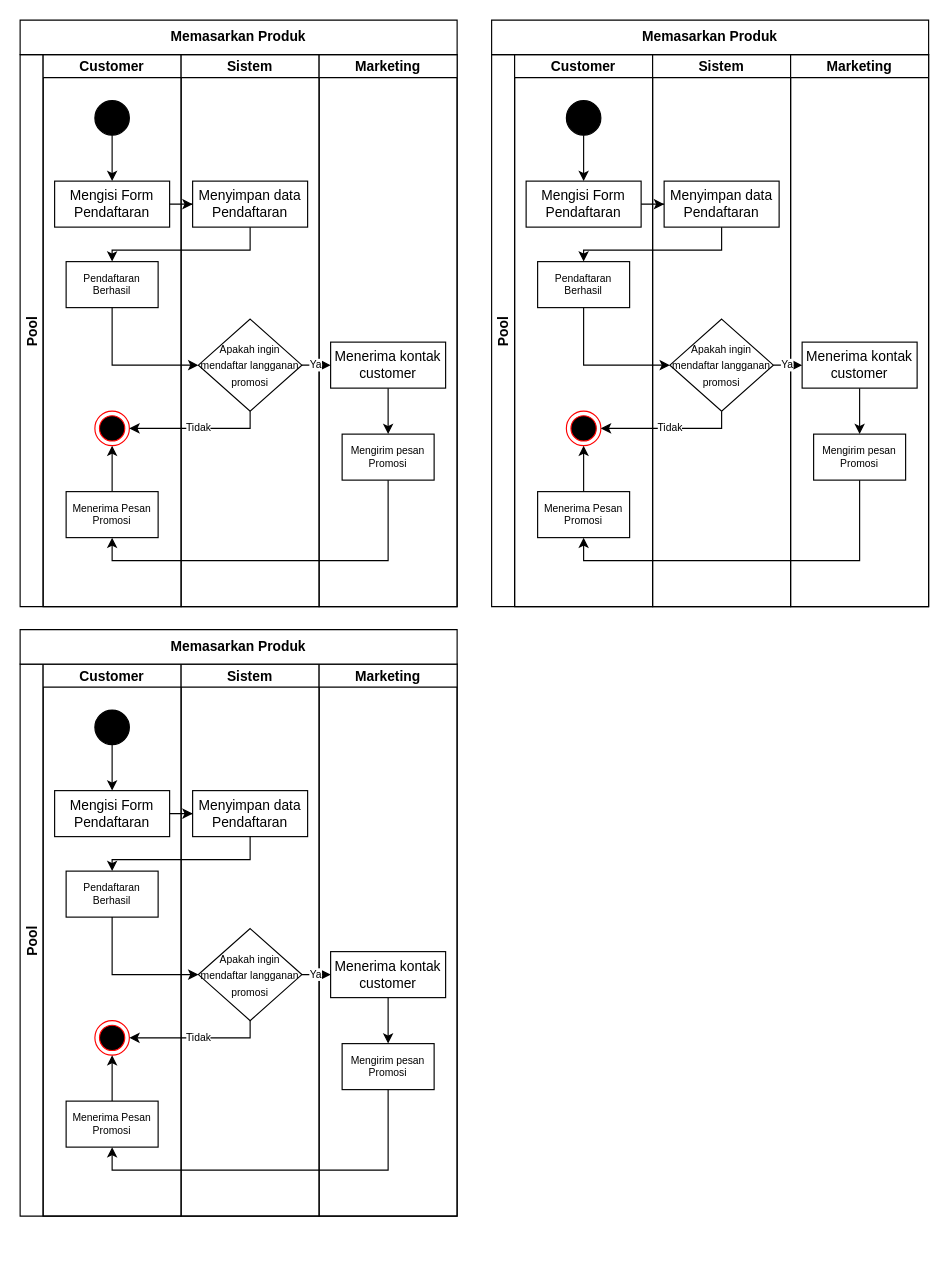
Above: activity diagram.drawio in farrasrayhand/Tugas-Kuliah (draw.io), before the change. Source tidied: cells renumbered, new cells numbered last; positions are measured from the earlier drawing's top-left corner, leaving out a move shared by most shapes. Both pictures are drawn from the tidied source at 115%, with x=0, y=0 at pixel (20, 20).
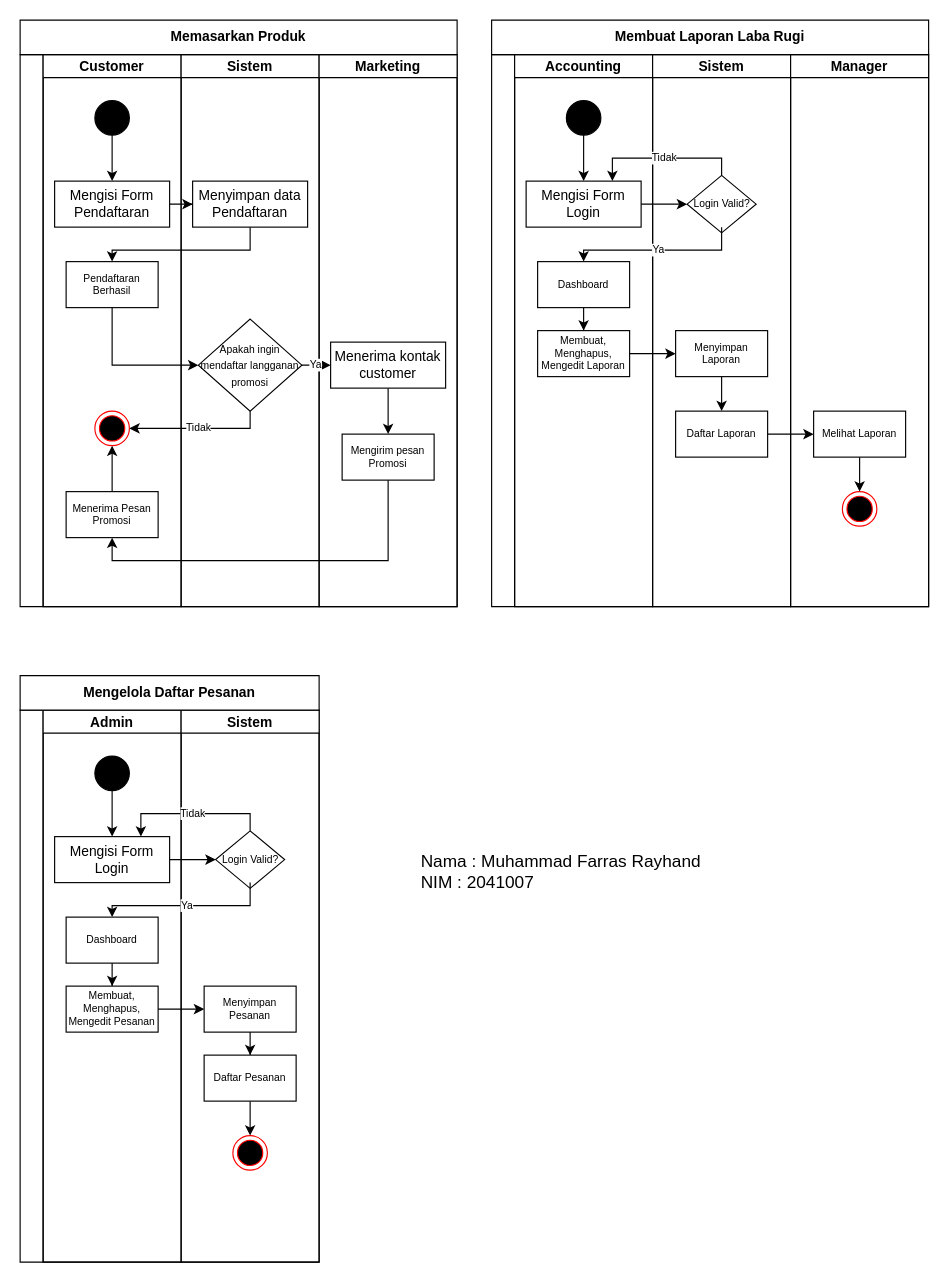
Above is the later version.

Unchanged cells that the change refers to:
```xml
<mxCell id="50" style="shape=partialRectangle;fillColor=none;top=0;left=0;bottom=0;right=0;" parent="49" vertex="1">
  <mxGeometry width="380" height="30" as="geometry" />
</mxCell>
```

The edit, as a diff of the source:
```diff
@@
-    <mxCell id="2" value="Pool" style="swimlane;startSize=20;horizontal=0;" parent="1" vertex="1">
+    <mxCell id="2" style="swimlane;startSize=20;horizontal=0;" parent="1" vertex="1">
       <mxGeometry y="30" width="380" height="480" as="geometry" />
     </mxCell>
@@
-    <mxCell id="27" value="Pool" style="swimlane;startSize=20;horizontal=0;" parent="1" vertex="1">
+    <mxCell id="27" style="swimlane;startSize=20;horizontal=0;" parent="1" vertex="1">
       <mxGeometry x="410" y="30" width="380" height="480" as="geometry" />
     </mxCell>
-    <mxCell id="28" value="Customer" style="swimlane;startSize=20;" parent="27" vertex="1">
+    <mxCell id="28" value="Accounting" style="swimlane;startSize=20;" parent="27" vertex="1">
       <mxGeometry x="20" width="120" height="480" as="geometry" />
     </mxCell>
@@
-    <mxCell id="31" value="Mengisi Form Pendaftaran" style="rounded=0;whiteSpace=wrap;html=1;fillColor=#FFFFFF;" parent="28" vertex="1">
+    <mxCell id="31" value="Mengisi Form Login" style="rounded=0;whiteSpace=wrap;html=1;fillColor=#FFFFFF;" parent="28" vertex="1">
       <mxGeometry x="10" y="110" width="100" height="40" as="geometry" />
     </mxCell>
+    <mxCell id="77" style="edgeStyle=orthogonalEdgeStyle;rounded=0;jettySize=auto;html=1;entryX=0.5;entryY=0;entryDx=0;entryDy=0;fontSize=9;" parent="28" edge="1" source="32" target="78">
+      <mxGeometry relative="1" as="geometry" />
+    </mxCell>
-    <mxCell id="32" value="Pendaftaran Berhasil" style="rounded=0;whiteSpace=wrap;html=1;fontSize=9;fillColor=#FFFFFF;" parent="28" vertex="1">
+    <mxCell id="32" value="Dashboard" style="rounded=0;whiteSpace=wrap;html=1;fontSize=9;fillColor=#FFFFFF;" parent="28" vertex="1">
       <mxGeometry x="20" y="180" width="80" height="40" as="geometry" />
     </mxCell>
+    <mxCell id="78" value="Membuat, Menghapus, Mengedit Laporan" style="rounded=0;whiteSpace=wrap;html=1;fontSize=9;fillColor=#FFFFFF;" parent="28" vertex="1">
+      <mxGeometry x="20" y="240" width="80" height="40" as="geometry" />
+    </mxCell>
+    <mxCell id="36" value="Sistem" style="swimlane;startSize=20;" parent="27" vertex="1">
+      <mxGeometry x="140" width="120" height="480" as="geometry" />
+    </mxCell>
+    <mxCell id="79" value="Login Valid?" style="shape=rhombus;html=1;dashed=0;whitespace=wrap;perimeter=rhombusPerimeter;fontSize=9;fillColor=#FFFFFF;" parent="36" vertex="1">
+      <mxGeometry x="30" y="105" width="60" height="50" as="geometry" />
+    </mxCell>
+    <mxCell id="80" style="edgeStyle=orthogonalEdgeStyle;rounded=0;jettySize=auto;html=1;entryX=0.5;entryY=0;entryDx=0;entryDy=0;fontSize=9;" parent="36" edge="1" source="81" target="82">
+      <mxGeometry relative="1" as="geometry" />
+    </mxCell>
+    <mxCell id="81" value="Menyimpan Laporan" style="rounded=0;whiteSpace=wrap;html=1;fontSize=9;fillColor=#FFFFFF;" parent="36" vertex="1">
+      <mxGeometry x="20" y="240" width="80" height="40" as="geometry" />
+    </mxCell>
+    <mxCell id="82" value="Daftar Laporan" style="rounded=0;whiteSpace=wrap;html=1;fontSize=9;fillColor=#FFFFFF;" parent="36" vertex="1">
+      <mxGeometry x="20" y="310" width="80" height="40" as="geometry" />
+    </mxCell>
+    <mxCell id="83" value="Manager" style="swimlane;startSize=20;" parent="27" vertex="1">
+      <mxGeometry x="260" width="120" height="480" as="geometry" />
+    </mxCell>
-    <mxCell id="33" style="ellipse;html=1;shape=endState;fillColor=#000000;strokeColor=#ff0000;fontSize=9;" parent="28" vertex="1">
-      <mxGeometry x="45" y="310" width="30" height="30" as="geometry" />
+    <mxCell id="33" style="ellipse;html=1;shape=endState;fillColor=#000000;strokeColor=#ff0000;fontSize=9;" parent="83" vertex="1">
+      <mxGeometry x="45" y="380" width="30" height="30" as="geometry" />
     </mxCell>
-    <mxCell id="34" style="edgeStyle=orthogonalEdgeStyle;rounded=0;jettySize=auto;html=1;entryX=0.5;entryY=1;entryDx=0;entryDy=0;fontSize=9;" parent="28" edge="1" source="35" target="33">
-      <mxGeometry relative="1" as="geometry" />
-    </mxCell>
-    <mxCell id="35" value="Menerima Pesan Promosi" style="rounded=0;whiteSpace=wrap;html=1;fontSize=9;fillColor=#FFFFFF;" parent="28" vertex="1">
-      <mxGeometry x="20" y="380" width="80" height="40" as="geometry" />
-    </mxCell>
-    <mxCell id="36" value="Sistem" style="swimlane;startSize=20;" parent="27" vertex="1">
-      <mxGeometry x="140" width="120" height="480" as="geometry" />
-    </mxCell>
-    <mxCell id="37" value="Menyimpan data Pendaftaran" style="rounded=0;whiteSpace=wrap;html=1;fillColor=#FFFFFF;" parent="36" vertex="1">
-      <mxGeometry x="10" y="110" width="100" height="40" as="geometry" />
-    </mxCell>
-    <mxCell id="38" value="&lt;font style=&quot;font-size: 9px&quot;&gt;Apakah ingin mendaftar langganan promosi&lt;/font&gt;" style="rhombus;whiteSpace=wrap;html=1;fillColor=#FFFFFF;" parent="36" vertex="1">
-      <mxGeometry x="15" y="230" width="90" height="80" as="geometry" />
-    </mxCell>
-    <mxCell id="39" value="Marketing" style="swimlane;startSize=20;" parent="27" vertex="1">
-      <mxGeometry x="260" width="120" height="480" as="geometry" />
-    </mxCell>
-    <mxCell id="40" style="edgeStyle=orthogonalEdgeStyle;rounded=0;jettySize=auto;html=1;entryX=0.5;entryY=0;entryDx=0;entryDy=0;fontSize=9;" parent="39" edge="1" source="41" target="42">
-      <mxGeometry relative="1" as="geometry" />
-    </mxCell>
-    <mxCell id="41" value="Menerima kontak customer" style="rounded=0;whiteSpace=wrap;html=1;fillColor=#FFFFFF;" parent="39" vertex="1">
-      <mxGeometry x="10" y="250" width="100" height="40" as="geometry" />
-    </mxCell>
-    <mxCell id="42" value="Mengirim pesan Promosi" style="rounded=0;whiteSpace=wrap;html=1;fontSize=9;fillColor=#FFFFFF;" parent="39" vertex="1">
-      <mxGeometry x="20" y="330" width="80" height="40" as="geometry" />
-    </mxCell>
+    <mxCell id="84" style="edgeStyle=orthogonalEdgeStyle;rounded=0;jettySize=auto;html=1;entryX=0.5;entryY=0;entryDx=0;entryDy=0;fontSize=9;" parent="83" edge="1" source="85" target="33">
+      <mxGeometry relative="1" as="geometry" />
+    </mxCell>
+    <mxCell id="85" value="Melihat Laporan" style="rounded=0;whiteSpace=wrap;html=1;fontSize=9;fillColor=#FFFFFF;" parent="83" vertex="1">
+      <mxGeometry x="20" y="310" width="80" height="40" as="geometry" />
+    </mxCell>
-    <mxCell id="43" style="edgeStyle=orthogonalEdgeStyle;rounded=0;jettySize=auto;html=1;entryX=0;entryY=0.5;entryDx=0;entryDy=0;" parent="27" edge="1" source="31" target="37">
+    <mxCell id="43" style="edgeStyle=orthogonalEdgeStyle;rounded=0;jettySize=auto;html=1;entryX=0;entryY=0.5;entryDx=0;entryDy=0;" parent="27" edge="1" source="31" target="79">
       <mxGeometry relative="1" as="geometry" />
     </mxCell>
-    <mxCell id="44" value="Ya" style="edgeStyle=orthogonalEdgeStyle;rounded=0;jettySize=auto;html=1;fontSize=9;" parent="27" edge="1" source="38" target="41">
-      <mxGeometry relative="1" as="geometry" />
-    </mxCell>
-    <mxCell id="45" style="edgeStyle=orthogonalEdgeStyle;rounded=0;jettySize=auto;html=1;entryX=0.5;entryY=0;entryDx=0;entryDy=0;fontSize=9;" parent="27" edge="1" source="37" target="32">
+    <mxCell id="45" value="Ya" style="edgeStyle=orthogonalEdgeStyle;rounded=0;jettySize=auto;html=1;entryX=0.5;entryY=0;entryDx=0;entryDy=0;fontSize=9;" parent="27" edge="1" target="32">
       <mxGeometry relative="1" as="geometry">
+        <mxPoint x="200" y="150" as="sourcePoint" />
         <Array as="points">
           <mxPoint x="200" y="170" />
           <mxPoint x="80" y="170" />
         </Array>
       </mxGeometry>
     </mxCell>
-    <mxCell id="46" style="edgeStyle=orthogonalEdgeStyle;rounded=0;jettySize=auto;html=1;entryX=0;entryY=0.5;entryDx=0;entryDy=0;fontSize=9;" parent="27" edge="1" source="32" target="38">
-      <mxGeometry relative="1" as="geometry">
-        <Array as="points">
-          <mxPoint x="80" y="270" />
-        </Array>
-      </mxGeometry>
-    </mxCell>
-    <mxCell id="47" value="Tidak" style="edgeStyle=orthogonalEdgeStyle;rounded=0;jettySize=auto;html=1;entryX=1;entryY=0.5;entryDx=0;entryDy=0;fontSize=9;" parent="27" edge="1" source="38" target="33">
-      <mxGeometry relative="1" as="geometry">
-        <Array as="points">
-          <mxPoint x="200" y="325" />
-        </Array>
-      </mxGeometry>
-    </mxCell>
-    <mxCell id="48" style="edgeStyle=orthogonalEdgeStyle;rounded=0;jettySize=auto;html=1;fontSize=9;entryX=0.5;entryY=1;entryDx=0;entryDy=0;" parent="27" edge="1" source="42" target="35">
-      <mxGeometry relative="1" as="geometry">
-        <Array as="points">
-          <mxPoint x="320" y="440" />
-          <mxPoint x="80" y="440" />
-        </Array>
-      </mxGeometry>
-    </mxCell>
+    <mxCell id="86" value="Tidak" style="edgeStyle=orthogonalEdgeStyle;rounded=0;jettySize=auto;html=1;entryX=0.75;entryY=0;entryDx=0;entryDy=0;fontSize=9;" parent="27" edge="1" source="79" target="31">
+      <mxGeometry relative="1" as="geometry">
+        <Array as="points">
+          <mxPoint x="200" y="90" />
+          <mxPoint x="105" y="90" />
+        </Array>
+      </mxGeometry>
+    </mxCell>
+    <mxCell id="87" style="edgeStyle=orthogonalEdgeStyle;rounded=0;jettySize=auto;html=1;entryX=0;entryY=0.5;entryDx=0;entryDy=0;fontSize=9;" parent="27" edge="1" source="78" target="81">
+      <mxGeometry relative="1" as="geometry" />
+    </mxCell>
+    <mxCell id="88" style="edgeStyle=orthogonalEdgeStyle;rounded=0;jettySize=auto;html=1;entryX=0;entryY=0.5;entryDx=0;entryDy=0;fontSize=9;" parent="27" edge="1" source="82" target="85">
+      <mxGeometry relative="1" as="geometry" />
+    </mxCell>
@@
-    <mxCell id="51" value="&lt;b&gt;Memasarkan Produk&lt;/b&gt;" style="shape=partialRectangle;html=1;whiteSpace=wrap;overflow=hidden;fillColor=none;top=0;left=0;bottom=0;right=0;" parent="50" vertex="1">
+    <mxCell id="51" value="&lt;b&gt;Membuat Laporan Laba Rugi&lt;/b&gt;" style="shape=partialRectangle;html=1;whiteSpace=wrap;overflow=hidden;fillColor=none;top=0;left=0;bottom=0;right=0;" parent="50" vertex="1">
       <mxGeometry width="380" height="30" as="geometry" />
     </mxCell>
-    <mxCell id="52" value="Pool" style="swimlane;startSize=20;horizontal=0;" parent="1" vertex="1">
-      <mxGeometry y="560" width="380" height="480" as="geometry" />
-    </mxCell>
-    <mxCell id="53" value="Customer" style="swimlane;startSize=20;" parent="52" vertex="1">
-      <mxGeometry x="20" width="120" height="480" as="geometry" />
-    </mxCell>
-    <mxCell id="54" style="edgeStyle=orthogonalEdgeStyle;rounded=0;jettySize=auto;html=1;entryX=0.5;entryY=0;entryDx=0;entryDy=0;" parent="53" edge="1" source="55" target="56">
-      <mxGeometry relative="1" as="geometry" />
-    </mxCell>
+    <mxCell id="89" style="swimlane;startSize=20;horizontal=0;" parent="1" vertex="1">
+      <mxGeometry y="600" width="260" height="480" as="geometry" />
+    </mxCell>
+    <mxCell id="90" value="Admin" style="swimlane;startSize=20;" parent="89" vertex="1">
+      <mxGeometry x="20" width="120" height="480" as="geometry" />
+    </mxCell>
+    <mxCell id="91" style="edgeStyle=orthogonalEdgeStyle;rounded=0;jettySize=auto;html=1;entryX=0.5;entryY=0;entryDx=0;entryDy=0;" parent="90" edge="1" source="55" target="92">
+      <mxGeometry relative="1" as="geometry" />
+    </mxCell>
-    <mxCell id="55" style="ellipse;whiteSpace=wrap;html=1;fillColor=#000000;" parent="53" vertex="1">
+    <mxCell id="55" style="ellipse;whiteSpace=wrap;html=1;fillColor=#000000;" parent="90" vertex="1">
       <mxGeometry x="45" y="40" width="30" height="30" as="geometry" />
     </mxCell>
-    <mxCell id="56" value="Mengisi Form Pendaftaran" style="rounded=0;whiteSpace=wrap;html=1;fillColor=#FFFFFF;" parent="53" vertex="1">
-      <mxGeometry x="10" y="110" width="100" height="40" as="geometry" />
-    </mxCell>
-    <mxCell id="57" value="Pendaftaran Berhasil" style="rounded=0;whiteSpace=wrap;html=1;fontSize=9;fillColor=#FFFFFF;" parent="53" vertex="1">
-      <mxGeometry x="20" y="180" width="80" height="40" as="geometry" />
-    </mxCell>
-    <mxCell id="58" style="ellipse;html=1;shape=endState;fillColor=#000000;strokeColor=#ff0000;fontSize=9;" parent="53" vertex="1">
-      <mxGeometry x="45" y="310" width="30" height="30" as="geometry" />
-    </mxCell>
-    <mxCell id="59" style="edgeStyle=orthogonalEdgeStyle;rounded=0;jettySize=auto;html=1;entryX=0.5;entryY=1;entryDx=0;entryDy=0;fontSize=9;" parent="53" edge="1" source="60" target="58">
-      <mxGeometry relative="1" as="geometry" />
-    </mxCell>
-    <mxCell id="60" value="Menerima Pesan Promosi" style="rounded=0;whiteSpace=wrap;html=1;fontSize=9;fillColor=#FFFFFF;" parent="53" vertex="1">
-      <mxGeometry x="20" y="380" width="80" height="40" as="geometry" />
-    </mxCell>
+    <mxCell id="92" value="Mengisi Form Login" style="rounded=0;whiteSpace=wrap;html=1;fillColor=#FFFFFF;" parent="90" vertex="1">
+      <mxGeometry x="10" y="110" width="100" height="40" as="geometry" />
+    </mxCell>
+    <mxCell id="93" style="edgeStyle=orthogonalEdgeStyle;rounded=0;jettySize=auto;html=1;entryX=0.5;entryY=0;entryDx=0;entryDy=0;fontSize=9;" parent="90" edge="1" source="94" target="95">
+      <mxGeometry relative="1" as="geometry" />
+    </mxCell>
+    <mxCell id="94" value="Dashboard" style="rounded=0;whiteSpace=wrap;html=1;fontSize=9;fillColor=#FFFFFF;" parent="90" vertex="1">
+      <mxGeometry x="20" y="180" width="80" height="40" as="geometry" />
+    </mxCell>
+    <mxCell id="95" value="Membuat, Menghapus, Mengedit Pesanan" style="rounded=0;whiteSpace=wrap;html=1;fontSize=9;fillColor=#FFFFFF;" parent="90" vertex="1">
+      <mxGeometry x="20" y="240" width="80" height="40" as="geometry" />
+    </mxCell>
-    <mxCell id="61" value="Sistem" style="swimlane;startSize=20;" parent="52" vertex="1">
+    <mxCell id="61" value="Sistem" style="swimlane;startSize=20;" parent="89" vertex="1">
       <mxGeometry x="140" width="120" height="480" as="geometry" />
     </mxCell>
-    <mxCell id="62" value="Menyimpan data Pendaftaran" style="rounded=0;whiteSpace=wrap;html=1;fillColor=#FFFFFF;" parent="61" vertex="1">
-      <mxGeometry x="10" y="110" width="100" height="40" as="geometry" />
-    </mxCell>
-    <mxCell id="63" value="&lt;font style=&quot;font-size: 9px&quot;&gt;Apakah ingin mendaftar langganan promosi&lt;/font&gt;" style="rhombus;whiteSpace=wrap;html=1;fillColor=#FFFFFF;" parent="61" vertex="1">
-      <mxGeometry x="15" y="230" width="90" height="80" as="geometry" />
-    </mxCell>
-    <mxCell id="64" value="Marketing" style="swimlane;startSize=20;" parent="52" vertex="1">
-      <mxGeometry x="260" width="120" height="480" as="geometry" />
-    </mxCell>
-    <mxCell id="65" style="edgeStyle=orthogonalEdgeStyle;rounded=0;jettySize=auto;html=1;entryX=0.5;entryY=0;entryDx=0;entryDy=0;fontSize=9;" parent="64" edge="1" source="66" target="67">
-      <mxGeometry relative="1" as="geometry" />
-    </mxCell>
-    <mxCell id="66" value="Menerima kontak customer" style="rounded=0;whiteSpace=wrap;html=1;fillColor=#FFFFFF;" parent="64" vertex="1">
-      <mxGeometry x="10" y="250" width="100" height="40" as="geometry" />
-    </mxCell>
-    <mxCell id="67" value="Mengirim pesan Promosi" style="rounded=0;whiteSpace=wrap;html=1;fontSize=9;fillColor=#FFFFFF;" parent="64" vertex="1">
-      <mxGeometry x="20" y="330" width="80" height="40" as="geometry" />
-    </mxCell>
-    <mxCell id="68" style="edgeStyle=orthogonalEdgeStyle;rounded=0;jettySize=auto;html=1;entryX=0;entryY=0.5;entryDx=0;entryDy=0;" parent="52" edge="1" source="56" target="62">
-      <mxGeometry relative="1" as="geometry" />
-    </mxCell>
-    <mxCell id="69" value="Ya" style="edgeStyle=orthogonalEdgeStyle;rounded=0;jettySize=auto;html=1;fontSize=9;" parent="52" edge="1" source="63" target="66">
-      <mxGeometry relative="1" as="geometry" />
-    </mxCell>
-    <mxCell id="70" style="edgeStyle=orthogonalEdgeStyle;rounded=0;jettySize=auto;html=1;entryX=0.5;entryY=0;entryDx=0;entryDy=0;fontSize=9;" parent="52" edge="1" source="62" target="57">
-      <mxGeometry relative="1" as="geometry">
-        <Array as="points">
-          <mxPoint x="200" y="170" />
-          <mxPoint x="80" y="170" />
-        </Array>
-      </mxGeometry>
-    </mxCell>
-    <mxCell id="71" style="edgeStyle=orthogonalEdgeStyle;rounded=0;jettySize=auto;html=1;entryX=0;entryY=0.5;entryDx=0;entryDy=0;fontSize=9;" parent="52" edge="1" source="57" target="63">
-      <mxGeometry relative="1" as="geometry">
-        <Array as="points">
-          <mxPoint x="80" y="270" />
-        </Array>
-      </mxGeometry>
-    </mxCell>
-    <mxCell id="72" value="Tidak" style="edgeStyle=orthogonalEdgeStyle;rounded=0;jettySize=auto;html=1;entryX=1;entryY=0.5;entryDx=0;entryDy=0;fontSize=9;" parent="52" edge="1" source="63" target="58">
-      <mxGeometry relative="1" as="geometry">
-        <Array as="points">
-          <mxPoint x="200" y="325" />
-        </Array>
-      </mxGeometry>
-    </mxCell>
-    <mxCell id="73" style="edgeStyle=orthogonalEdgeStyle;rounded=0;jettySize=auto;html=1;fontSize=9;entryX=0.5;entryY=1;entryDx=0;entryDy=0;" parent="52" edge="1" source="67" target="60">
-      <mxGeometry relative="1" as="geometry">
-        <Array as="points">
-          <mxPoint x="320" y="440" />
-          <mxPoint x="80" y="440" />
-        </Array>
-      </mxGeometry>
-    </mxCell>
-    <mxCell id="74" style="shape=table;startSize=0;childLayout=tableLayout;fontStyle=1;" parent="1" vertex="1">
-      <mxGeometry y="530" width="380" height="30" as="geometry" />
-    </mxCell>
-    <mxCell id="75" style="shape=partialRectangle;fillColor=none;top=0;left=0;bottom=0;right=0;" parent="74" vertex="1">
-      <mxGeometry width="380" height="30" as="geometry" />
-    </mxCell>
-    <mxCell id="76" value="&lt;b&gt;Memasarkan Produk&lt;/b&gt;" style="shape=partialRectangle;html=1;whiteSpace=wrap;overflow=hidden;fillColor=none;top=0;left=0;bottom=0;right=0;" parent="75" vertex="1">
-      <mxGeometry width="380" height="30" as="geometry" />
-    </mxCell>
+    <mxCell id="96" value="Login Valid?" style="shape=rhombus;html=1;dashed=0;whitespace=wrap;perimeter=rhombusPerimeter;fontSize=9;fillColor=#FFFFFF;" parent="61" vertex="1">
+      <mxGeometry x="30" y="105" width="60" height="50" as="geometry" />
+    </mxCell>
+    <mxCell id="97" style="edgeStyle=orthogonalEdgeStyle;rounded=0;jettySize=auto;html=1;entryX=0.5;entryY=0;entryDx=0;entryDy=0;fontSize=9;" parent="61" edge="1" source="98" target="101">
+      <mxGeometry relative="1" as="geometry" />
+    </mxCell>
+    <mxCell id="98" value="Menyimpan Pesanan" style="rounded=0;whiteSpace=wrap;html=1;fontSize=9;fillColor=#FFFFFF;" parent="61" vertex="1">
+      <mxGeometry x="20" y="240" width="80" height="40" as="geometry" />
+    </mxCell>
+    <mxCell id="99" style="ellipse;html=1;shape=endState;fillColor=#000000;strokeColor=#ff0000;fontSize=9;" parent="61" vertex="1">
+      <mxGeometry x="45" y="370" width="30" height="30" as="geometry" />
+    </mxCell>
+    <mxCell id="100" style="edgeStyle=orthogonalEdgeStyle;rounded=0;jettySize=auto;html=1;entryX=0.5;entryY=0;entryDx=0;entryDy=0;fontSize=9;" parent="61" edge="1" source="101" target="99">
+      <mxGeometry relative="1" as="geometry" />
+    </mxCell>
+    <mxCell id="101" value="Daftar Pesanan" style="rounded=0;whiteSpace=wrap;html=1;fontSize=9;fillColor=#FFFFFF;" parent="61" vertex="1">
+      <mxGeometry x="20" y="300" width="80" height="40" as="geometry" />
+    </mxCell>
+    <mxCell id="102" style="edgeStyle=orthogonalEdgeStyle;rounded=0;jettySize=auto;html=1;entryX=0;entryY=0.5;entryDx=0;entryDy=0;" parent="89" edge="1" source="92" target="96">
+      <mxGeometry relative="1" as="geometry" />
+    </mxCell>
+    <mxCell id="103" value="Ya" style="edgeStyle=orthogonalEdgeStyle;rounded=0;jettySize=auto;html=1;entryX=0.5;entryY=0;entryDx=0;entryDy=0;fontSize=9;" parent="89" edge="1" target="94">
+      <mxGeometry relative="1" as="geometry">
+        <mxPoint x="200" y="150" as="sourcePoint" />
+        <Array as="points">
+          <mxPoint x="200" y="170" />
+          <mxPoint x="80" y="170" />
+        </Array>
+      </mxGeometry>
+    </mxCell>
+    <mxCell id="104" value="Tidak" style="edgeStyle=orthogonalEdgeStyle;rounded=0;jettySize=auto;html=1;entryX=0.75;entryY=0;entryDx=0;entryDy=0;fontSize=9;" parent="89" edge="1" source="96" target="92">
+      <mxGeometry relative="1" as="geometry">
+        <Array as="points">
+          <mxPoint x="200" y="90" />
+          <mxPoint x="105" y="90" />
+        </Array>
+      </mxGeometry>
+    </mxCell>
+    <mxCell id="105" style="edgeStyle=orthogonalEdgeStyle;rounded=0;jettySize=auto;html=1;entryX=0;entryY=0.5;entryDx=0;entryDy=0;fontSize=9;" parent="89" edge="1" source="95" target="98">
+      <mxGeometry relative="1" as="geometry" />
+    </mxCell>
+    <mxCell id="106" style="shape=table;startSize=0;childLayout=tableLayout;fontStyle=1;" parent="1" vertex="1">
+      <mxGeometry y="570" width="260" height="30" as="geometry" />
+    </mxCell>
+    <mxCell id="107" style="shape=partialRectangle;fillColor=none;top=0;left=0;bottom=0;right=0;" parent="106" vertex="1">
+      <mxGeometry width="260" height="30" as="geometry" />
+    </mxCell>
+    <mxCell id="108" value="&lt;b&gt;Mengelola Daftar Pesanan&lt;/b&gt;" style="shape=partialRectangle;html=1;whiteSpace=wrap;overflow=hidden;fillColor=none;top=0;left=0;bottom=0;right=0;" parent="107" vertex="1">
+      <mxGeometry width="260" height="30" as="geometry" />
+    </mxCell>
+    <mxCell id="109" value="&lt;div style=&quot;text-align: left ; font-size: 15px&quot;&gt;&lt;span&gt;&lt;font style=&quot;font-size: 15px&quot;&gt;Nama : Muhammad Farras Rayhand&lt;/font&gt;&lt;/span&gt;&lt;/div&gt;&lt;div style=&quot;text-align: left ; font-size: 15px&quot;&gt;&lt;span&gt;&lt;font style=&quot;font-size: 15px&quot;&gt;NIM : 2041007&lt;/font&gt;&lt;/span&gt;&lt;/div&gt;" style="text;html=1;align=center;verticalAlign=middle;strokeColor=none;fillColor=none;fontSize=9;" parent="1" vertex="1">
+      <mxGeometry x="340" y="725" width="260" height="30" as="geometry" />
+    </mxCell>
```
